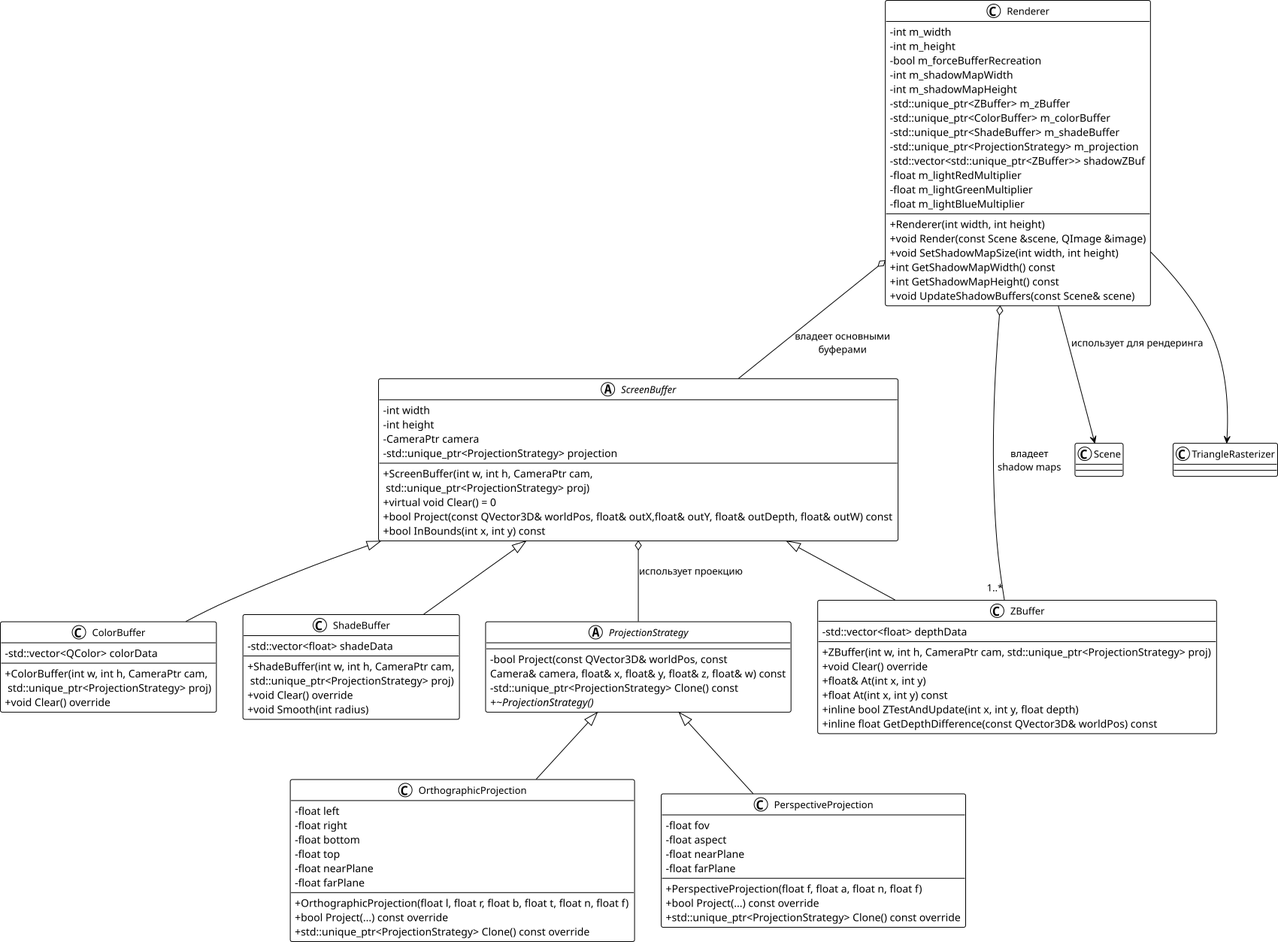
Above: report/preza/RendererCore.png in Mikhanick/courseCG (PlantUML), before the change. Its source is kept beside it as report/src/images/plantuml/RendererCore.plantuml. Source of this version:
```plantuml
@startuml
!theme plain
skinparam classFontSize 13
skinparam classAttributeIconSize 0

class Renderer {
  -int m_width
  -int m_height
  -bool m_forceBufferRecreation
  -int m_shadowMapWidth
  -int m_shadowMapHeight
  -std::unique_ptr<ZBuffer> m_zBuffer
  -std::unique_ptr<ColorBuffer> m_colorBuffer
  -std::unique_ptr<ShadeBuffer> m_shadeBuffer
  -std::unique_ptr<ProjectionStrategy> m_projection
  -std::vector<std::unique_ptr<ZBuffer>> shadowZBuf
  -float m_lightRedMultiplier
  -float m_lightGreenMultiplier
  -float m_lightBlueMultiplier
  +Renderer(int width, int height)
  +void Render(const Scene &scene, QImage &image)
  +void SetShadowMapSize(int width, int height)
  +int GetShadowMapWidth() const
  +int GetShadowMapHeight() const
  +void UpdateShadowBuffers(const Scene& scene)
}

abstract class ScreenBuffer {
  -int width
  -int height
  -CameraPtr camera
  -std::unique_ptr<ProjectionStrategy> projection
  +ScreenBuffer(int w, int h, CameraPtr cam,\n std::unique_ptr<ProjectionStrategy> proj)
  +virtual void Clear() = 0
  +bool Project(const QVector3D& worldPos, float& outX,float& outY, float& outDepth, float& outW) const
  +bool InBounds(int x, int y) const
}

class ZBuffer {
  -std::vector<float> depthData
  +ZBuffer(int w, int h, CameraPtr cam, std::unique_ptr<ProjectionStrategy> proj)
  +void Clear() override
  +float& At(int x, int y)
  +float At(int x, int y) const
  +inline bool ZTestAndUpdate(int x, int y, float depth)
  +inline float GetDepthDifference(const QVector3D& worldPos) const
}

class ColorBuffer {
  -std::vector<QColor> colorData
  +ColorBuffer(int w, int h, CameraPtr cam,\n std::unique_ptr<ProjectionStrategy> proj)
  +void Clear() override
}

class ShadeBuffer {
  -std::vector<float> shadeData
  +ShadeBuffer(int w, int h, CameraPtr cam,\n std::unique_ptr<ProjectionStrategy> proj)
  +void Clear() override
  +void Smooth(int radius)
}

abstract class ProjectionStrategy {
  -bool Project(const QVector3D& worldPos, const\nCamera& camera, float& x, float& y, float& z, float& w) const
  -std::unique_ptr<ProjectionStrategy> Clone() const
  +{abstract} ~ProjectionStrategy()
}

class OrthographicProjection {
  -float left
  -float right
  -float bottom
  -float top
  -float nearPlane
  -float farPlane
  +OrthographicProjection(float l, float r, float b, float t, float n, float f)
  +bool Project(...) const override
  +std::unique_ptr<ProjectionStrategy> Clone() const override
}

class PerspectiveProjection {
  -float fov
  -float aspect
  -float nearPlane
  -float farPlane
  +PerspectiveProjection(float f, float a, float n, float f)
  +bool Project(...) const override
  +std::unique_ptr<ProjectionStrategy> Clone() const override
}

class Scene

Renderer --> Scene : использует для рендеринга
Renderer --> TriangleRasterizer
Renderer o-- ScreenBuffer : владеет основными\nбуферами
Renderer o-- "1..*" ZBuffer : владеет\nshadow maps
ScreenBuffer <|-- ZBuffer
ScreenBuffer <|-- ColorBuffer
ScreenBuffer <|-- ShadeBuffer
ProjectionStrategy <|-- OrthographicProjection
ProjectionStrategy <|-- PerspectiveProjection
ScreenBuffer o-- ProjectionStrategy : использует проекцию
@enduml
```
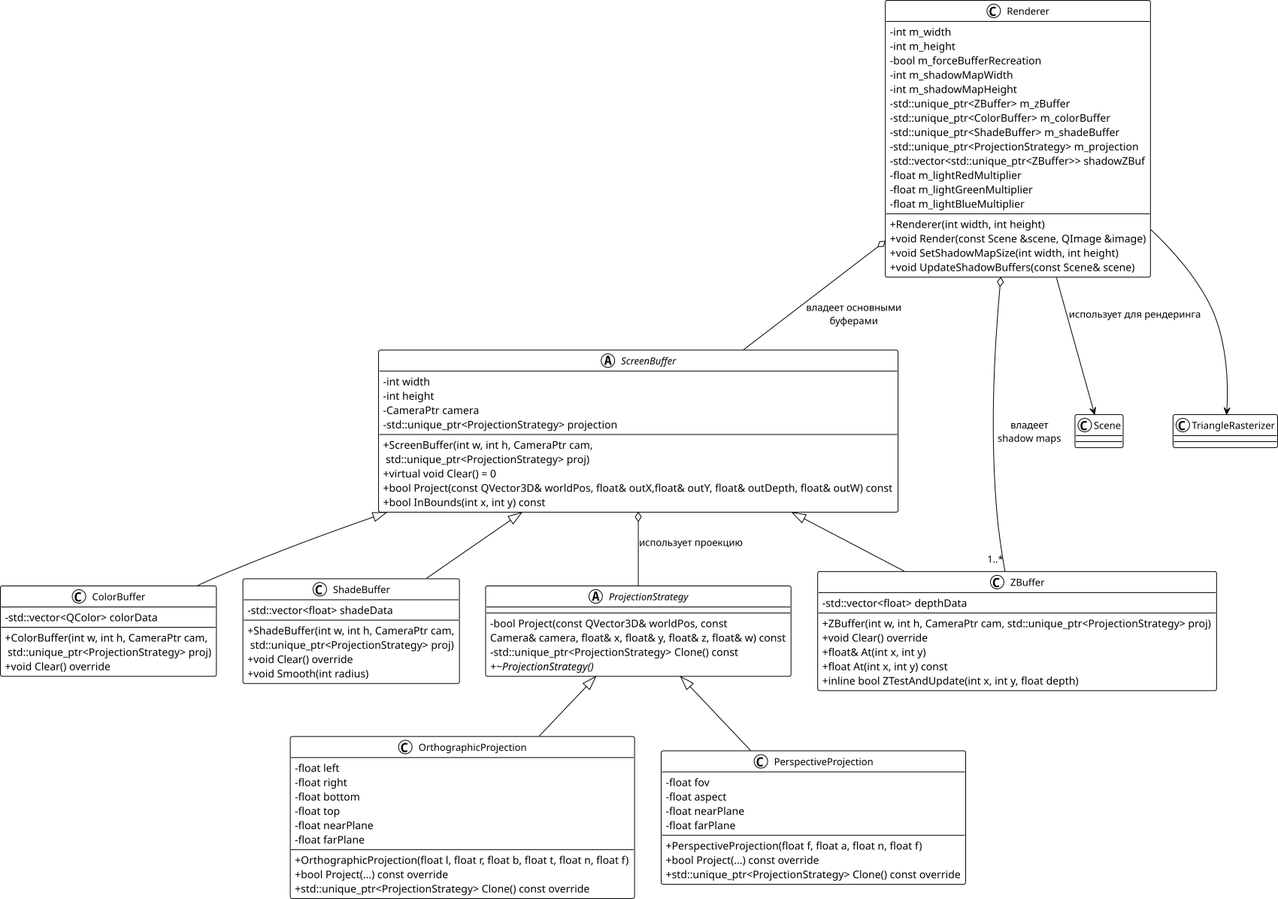
The same diagram one commit later.

Diff of the diagram source:
```diff
@@ -20,8 +20,6 @@
   +Renderer(int width, int height)
   +void Render(const Scene &scene, QImage &image)
   +void SetShadowMapSize(int width, int height)
-  +int GetShadowMapWidth() const
-  +int GetShadowMapHeight() const
   +void UpdateShadowBuffers(const Scene& scene)
 }
 
@@ -43,7 +41,6 @@
   +float& At(int x, int y)
   +float At(int x, int y) const
   +inline bool ZTestAndUpdate(int x, int y, float depth)
-  +inline float GetDepthDifference(const QVector3D& worldPos) const
 }
 
 class ColorBuffer {
```
